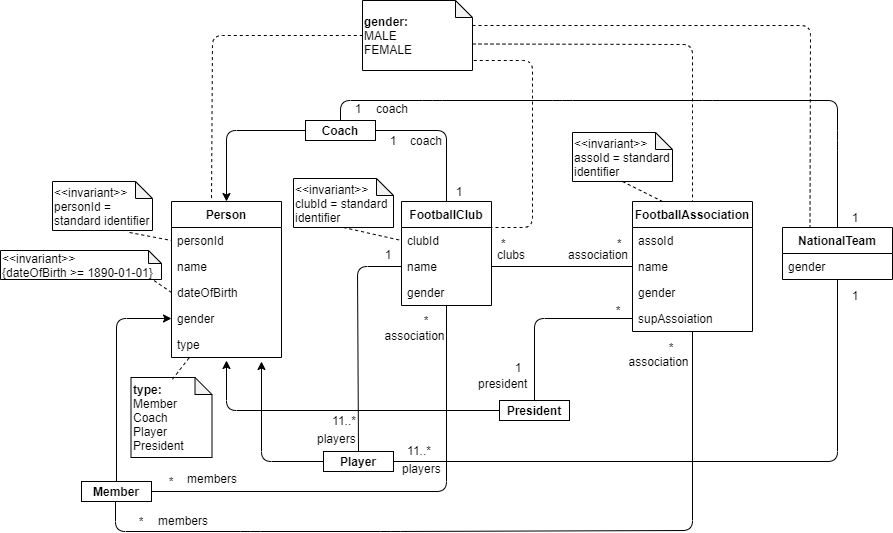
The draw.io diagram domain_model.png in Bergmann97/DFB_Webapp, before a commit. Source tidied: cells renumbered, new cells last; positions are measured from the earlier drawing's top-left corner, leaving out a move shared by most shapes.
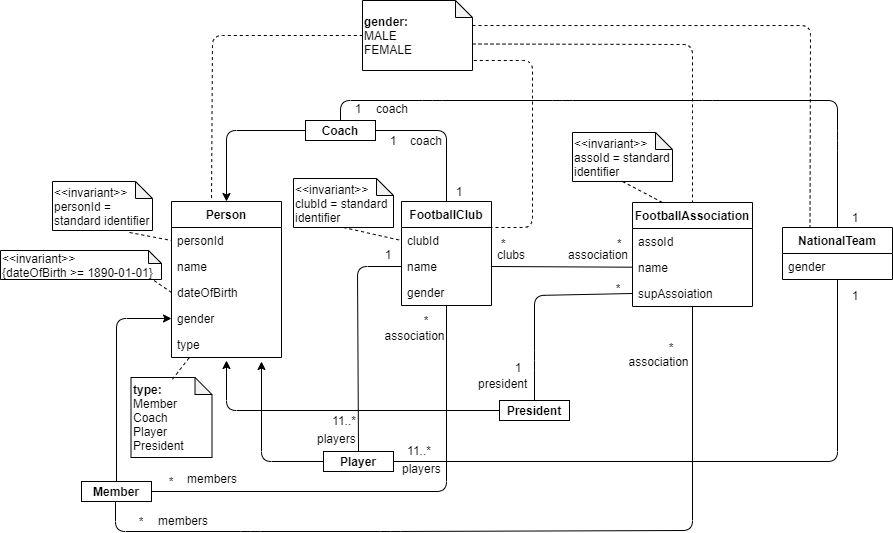
The same file after the commit.

What changed in the source:
```diff
@@ -33,7 +33,7 @@
       <mxGeometry y="78" width="90" height="26" as="geometry" />
     </mxCell>
     <mxCell id="12" value="FootballAssociation" style="swimlane;fontStyle=1;horizontal=1;startSize=26;strokeWidth=1;" parent="1" vertex="1">
-      <mxGeometry x="632" y="201" width="120" height="130" as="geometry" />
+      <mxGeometry x="632" y="202" width="120" height="104" as="geometry" />
     </mxCell>
     <mxCell id="13" value="assoId" style="text;strokeColor=none;fillColor=none;align=left;verticalAlign=top;spacingLeft=4;spacingRight=4;overflow=hidden;" parent="12" vertex="1">
       <mxGeometry y="26" width="120" height="26" as="geometry" />
@@ -41,11 +41,8 @@
     <mxCell id="14" value="name" style="text;strokeColor=none;fillColor=none;align=left;verticalAlign=top;spacingLeft=4;spacingRight=4;overflow=hidden;points=[[0,0.5],[1,0.5]];portConstraint=eastwest;" parent="12" vertex="1">
       <mxGeometry y="52" width="120" height="26" as="geometry" />
     </mxCell>
-    <mxCell id="15" value="gender" style="text;strokeColor=none;fillColor=none;align=left;verticalAlign=top;spacingLeft=4;spacingRight=4;overflow=hidden;" parent="12" vertex="1">
-      <mxGeometry y="78" width="120" height="26" as="geometry" />
-    </mxCell>
     <mxCell id="16" value="supAssoiation" style="text;strokeColor=none;fillColor=none;align=left;verticalAlign=top;spacingLeft=4;spacingRight=4;overflow=hidden;points=[[0,0.5],[1,0.5]];portConstraint=eastwest;" parent="12" vertex="1">
-      <mxGeometry y="104" width="120" height="26" as="geometry" />
+      <mxGeometry y="78" width="120" height="26" as="geometry" />
     </mxCell>
     <mxCell id="17" value="NationalTeam" style="swimlane;fontStyle=1;horizontal=1;startSize=26;strokeWidth=1;" parent="1" vertex="1">
       <mxGeometry x="782" y="227" width="110" height="52" as="geometry" />
@@ -168,12 +165,12 @@
     <mxCell id="45" value="*&amp;nbsp;&amp;nbsp;" style="text;html=1;strokeColor=none;fillColor=none;align=left;verticalAlign=middle;whiteSpace=wrap;rounded=0;" parent="1" vertex="1">
       <mxGeometry x="615" y="233" width="6" height="20" as="geometry" />
     </mxCell>
-    <mxCell id="46" style="endArrow=none;html=1;" parent="1" edge="1">
+    <mxCell id="46" style="endArrow=none;html=1;exitX=0;exitY=0.5;exitDx=0;exitDy=0;" parent="1" edge="1" source="16">
       <mxGeometry relative="1" as="geometry">
-        <mxPoint x="632" y="318" as="sourcePoint" />
         <mxPoint x="534" y="400" as="targetPoint" />
         <Array as="points">
-          <mxPoint x="534" y="318" />
+          <mxPoint x="534" y="295" />
+          <mxPoint x="534" y="360" />
         </Array>
       </mxGeometry>
     </mxCell>
@@ -184,7 +181,7 @@
       <mxGeometry x="505" y="357" width="26" height="20" as="geometry" />
     </mxCell>
     <mxCell id="49" value="*" style="text;html=1;strokeColor=none;fillColor=none;align=center;verticalAlign=middle;whiteSpace=wrap;rounded=0;" parent="1" vertex="1">
-      <mxGeometry x="605" y="300" width="26" height="20" as="geometry" />
+      <mxGeometry x="605" y="278" width="26" height="20" as="geometry" />
     </mxCell>
     <mxCell id="50" style="endArrow=none;html=1;entryX=0;entryY=0.5;entryDx=0;entryDy=0;exitX=0.5;exitY=0;exitDx=0;exitDy=0;" parent="1" edge="1" source="22" target="10">
       <mxGeometry relative="1" as="geometry">
```
